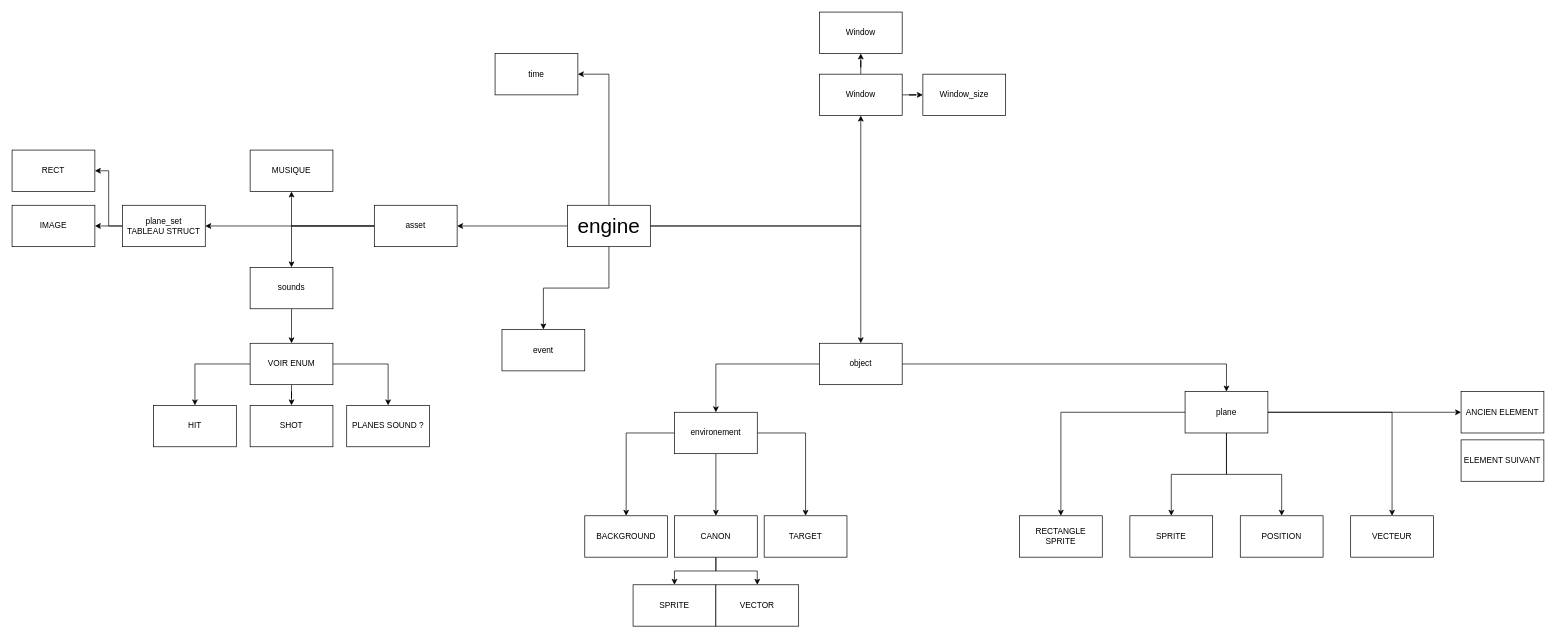
Above: my_Hunter.drawio in pierre1754/My-Hunter (draw.io), before the change. Source tidied: cells renumbered, new cells numbered last; positions are measured from the earlier drawing's top-left corner, leaving out a move shared by most shapes. Both pictures are drawn from the tidied source at 69%, with x=0, y=0 at pixel (12, 12).
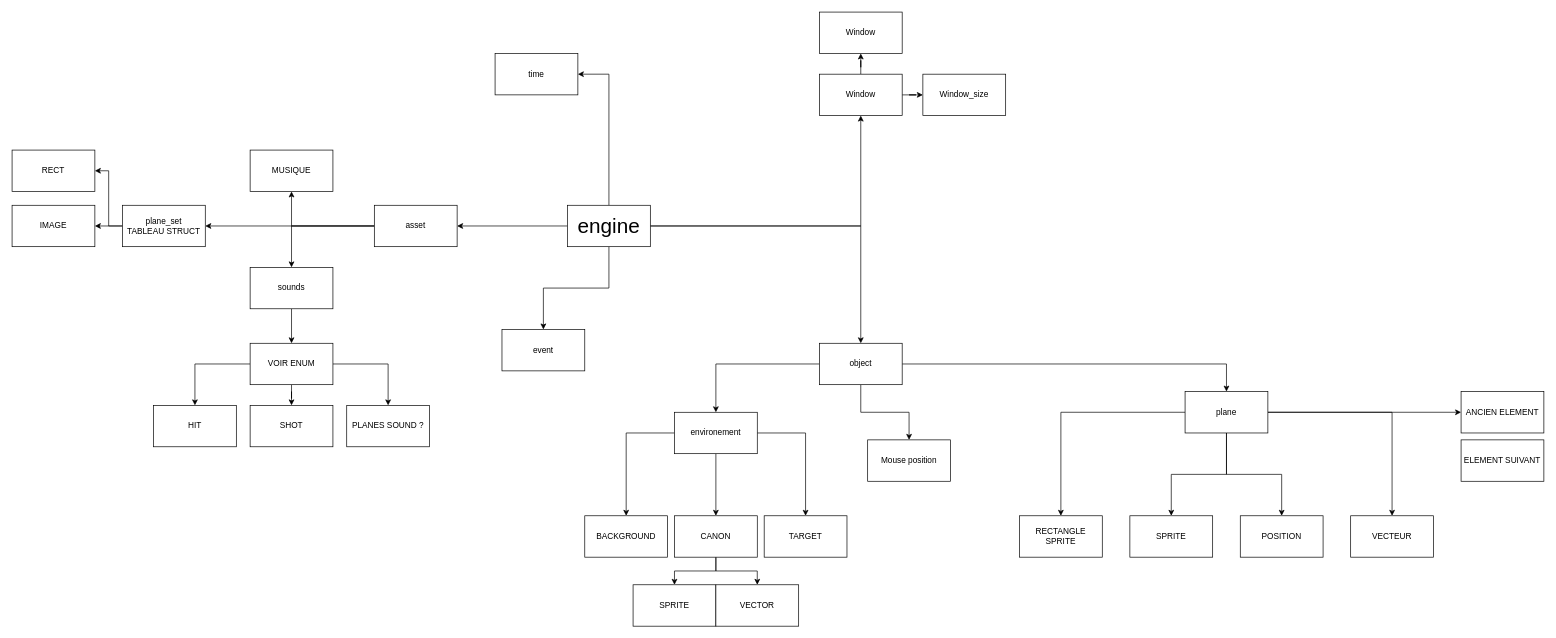
After the change.

The change refers to these unchanged cells:
```xml
<mxCell id="14" value="object" style="rounded=0;whiteSpace=wrap;html=1;" parent="1" vertex="1">
  <mxGeometry x="1170" y="480" width="120" height="60" as="geometry" />
</mxCell>
```

What changed in the source:
```diff
@@
+    <mxCell id="60" style="edgeStyle=orthogonalEdgeStyle;rounded=0;jettySize=auto;html=1;entryX=0.5;entryY=0;entryDx=0;entryDy=0;" parent="1" edge="1" source="14" target="61">
+      <mxGeometry relative="1" as="geometry" />
+    </mxCell>
@@
+    <mxCell id="61" value="Mouse position" style="rounded=0;whiteSpace=wrap;html=1;" parent="1" vertex="1">
+      <mxGeometry x="1240" y="620" width="120" height="60" as="geometry" />
+    </mxCell>
```
